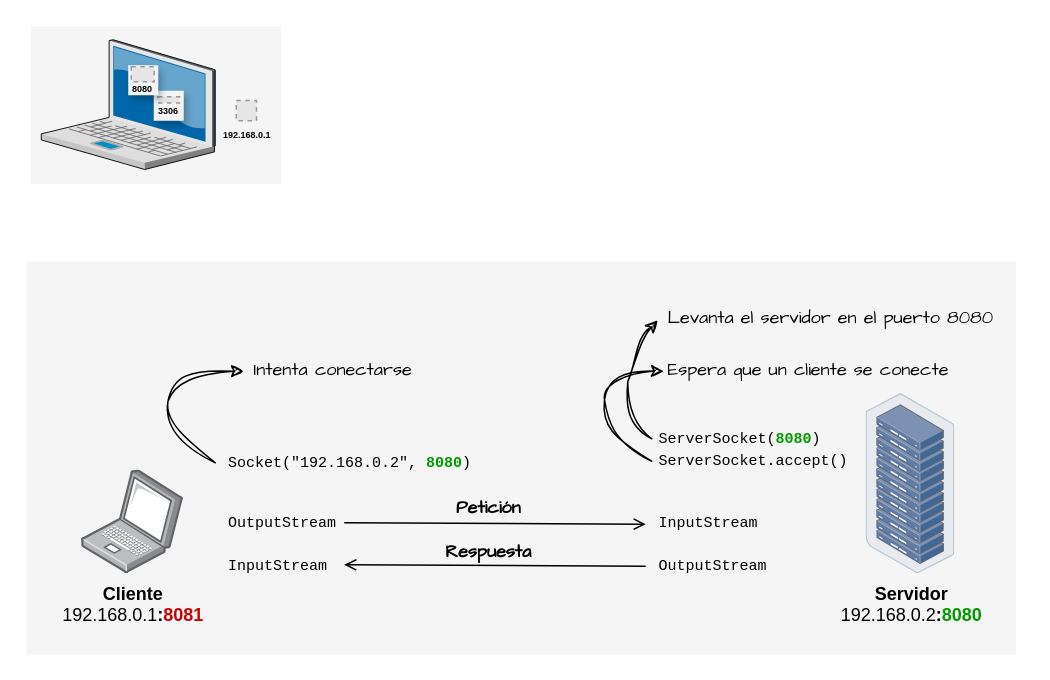
Before: page "sockets" (2 of 4) of path/resources/diagrams.drawio in miguel-armas-abt/roadmap-java, a draw.io diagram. Source tidied: cells renumbered, new cells numbered last; positions are measured from the earlier drawing's top-left corner, leaving out a move shared by most shapes. Both pictures are drawn from the tidied source at 150%, with x=0, y=0 at pixel (26, 26). Pictures stored in the file or linked from it are replaced by grey dashed boxes.
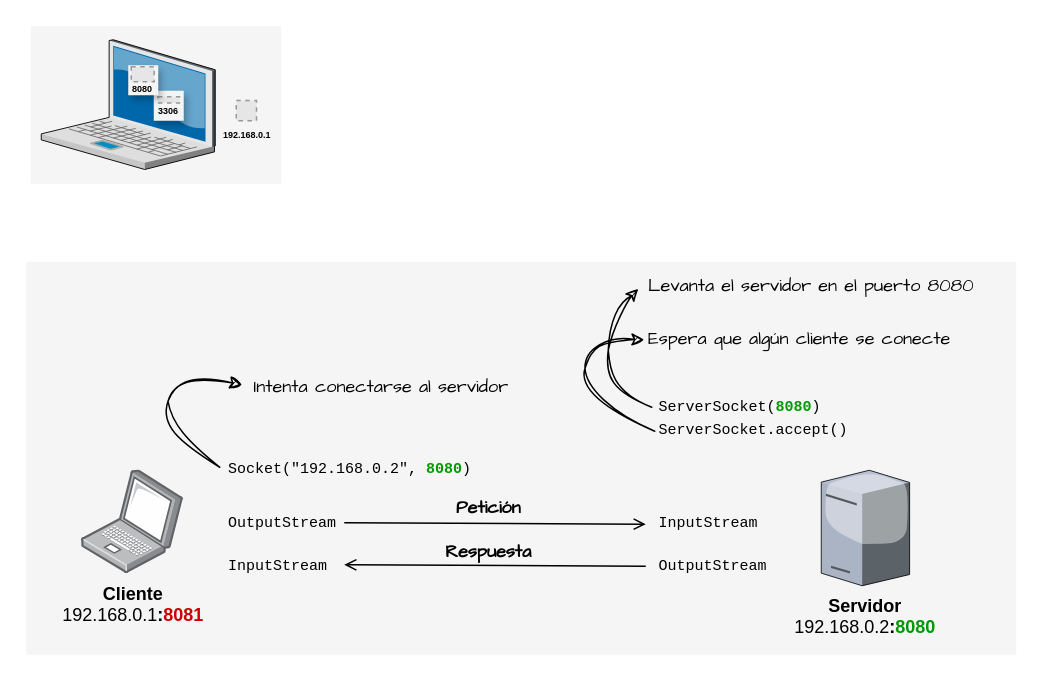
The same diagram, later.

The edit, as a diff of the source:
```diff
@@
-    <mxCell id="2" style="rounded=0;whiteSpace=wrap;html=1;strokeColor=none;fillColor=#f5f5f5;fontColor=#333333;" parent="1" vertex="1">
-      <mxGeometry y="157" width="660" height="262" as="geometry" />
-    </mxCell>
@@
+    <mxCell id="2" style="rounded=0;whiteSpace=wrap;html=1;strokeColor=none;fillColor=#f5f5f5;fontColor=#333333;" parent="1" vertex="1">
+      <mxGeometry y="157" width="660" height="262" as="geometry" />
+    </mxCell>
@@
-    <mxCell id="13" value="&lt;b&gt;Servidor&lt;/b&gt;&lt;br&gt;192.168.0.2&lt;b&gt;:&lt;font color=&quot;#009900&quot;&gt;8080&lt;/font&gt;&lt;/b&gt;" style="image;html=1;align=center;shadow=0;dashed=0;image=img/lib/allied_telesis/storage/Datacenter_Server_Rack.svg;labelBackgroundColor=none;" parent="1" vertex="1">
-      <mxGeometry x="560" y="245" width="59.2" height="120" as="geometry" />
-    </mxCell>
     <mxCell id="14" value="&lt;font style=&quot;font-size: 10px;&quot;&gt;ServerSocket(&lt;b&gt;&lt;font color=&quot;#009900&quot;&gt;8080&lt;/font&gt;&lt;/b&gt;)&lt;br&gt;ServerSocket.accept()&lt;/font&gt;" style="text;html=1;align=left;verticalAlign=middle;strokeColor=none;fillColor=none;fontFamily=Courier New;" parent="1" vertex="1">
-      <mxGeometry x="420" y="262" width="150" height="40" as="geometry" />
+      <mxGeometry x="420" y="241" width="150" height="40" as="geometry" />
     </mxCell>
@@
-    <mxCell id="16" style="curved=1;endArrow=classic;html=1;rounded=0;sketch=1;curveFitting=1;jiggle=2;" parent="1" edge="1">
-      <mxGeometry relative="1" as="geometry">
-        <mxPoint x="417" y="275" as="sourcePoint" />
-        <mxPoint x="421" y="196" as="targetPoint" />
-        <Array as="points">
-          <mxPoint x="396" y="262" />
-          <mxPoint x="406" y="212" />
-        </Array>
-      </mxGeometry>
-    </mxCell>
+    <mxCell id="28" style="curved=1;endArrow=classic;html=1;rounded=0;sketch=1;curveFitting=1;jiggle=2;" parent="1" edge="1">
+      <mxGeometry relative="1" as="geometry">
+        <mxPoint x="417" y="254" as="sourcePoint" />
+        <mxPoint x="408" y="175" as="targetPoint" />
+        <Array as="points">
+          <mxPoint x="383" y="241" />
+          <mxPoint x="393" y="191" />
+        </Array>
+      </mxGeometry>
+    </mxCell>
     <mxCell id="17" value="&lt;font face=&quot;Architects Daughter&quot;&gt;Levanta el servidor en el puerto 8080&lt;/font&gt;" style="text;html=1;align=left;verticalAlign=middle;strokeColor=none;fillColor=none;fontFamily=Comic Sans MS;" parent="1" vertex="1">
-      <mxGeometry x="426" y="180" width="240" height="30" as="geometry" />
+      <mxGeometry x="413" y="159" width="240" height="30" as="geometry" />
     </mxCell>
-    <mxCell id="18" style="curved=1;endArrow=classic;html=1;rounded=0;sketch=1;curveFitting=1;jiggle=2;strokeWidth=1;" parent="1" edge="1">
-      <mxGeometry relative="1" as="geometry">
-        <mxPoint x="417" y="290" as="sourcePoint" />
-        <mxPoint x="425" y="230" as="targetPoint" />
-        <Array as="points">
-          <mxPoint x="383" y="269" />
-          <mxPoint x="388" y="229" />
-        </Array>
-      </mxGeometry>
-    </mxCell>
-    <mxCell id="19" value="Espera que un cliente se conecte" style="text;html=1;align=left;verticalAlign=middle;strokeColor=none;fillColor=none;fontFamily=Architects Daughter;" parent="1" vertex="1">
-      <mxGeometry x="426" y="215" width="210" height="30" as="geometry" />
-    </mxCell>
+    <mxCell id="29" style="curved=1;endArrow=classic;html=1;rounded=0;sketch=1;curveFitting=1;jiggle=2;strokeWidth=1;" parent="1" edge="1">
+      <mxGeometry relative="1" as="geometry">
+        <mxPoint x="419" y="270" as="sourcePoint" />
+        <mxPoint x="412" y="209" as="targetPoint" />
+        <Array as="points">
+          <mxPoint x="370" y="248" />
+          <mxPoint x="375" y="208" />
+        </Array>
+      </mxGeometry>
+    </mxCell>
+    <mxCell id="30" value="Espera que algún cliente se conecte" style="text;html=1;align=left;verticalAlign=middle;strokeColor=none;fillColor=none;fontFamily=Architects Daughter;" parent="1" vertex="1">
+      <mxGeometry x="413" y="194" width="230" height="30" as="geometry" />
+    </mxCell>
     <mxCell id="20" value="&lt;span style=&quot;font-size: 10px;&quot;&gt;Socket(&quot;192.168.0.2&quot;, &lt;b&gt;&lt;font color=&quot;#009900&quot;&gt;8080&lt;/font&gt;&lt;/b&gt;)&lt;/span&gt;" style="text;html=1;align=left;verticalAlign=middle;strokeColor=none;fillColor=none;fontFamily=Courier New;" parent="1" vertex="1">
-      <mxGeometry x="133" y="276" width="190" height="30" as="geometry" />
+      <mxGeometry x="133" y="280" width="190" height="30" as="geometry" />
     </mxCell>
-    <mxCell id="21" style="curved=1;endArrow=classic;html=1;rounded=0;sketch=1;curveFitting=1;jiggle=2;strokeWidth=1;" parent="1" edge="1">
-      <mxGeometry relative="1" as="geometry">
-        <mxPoint x="126" y="291" as="sourcePoint" />
-        <mxPoint x="145" y="230" as="targetPoint" />
-        <Array as="points">
-          <mxPoint x="92" y="270" />
-          <mxPoint x="97" y="230" />
-        </Array>
-      </mxGeometry>
-    </mxCell>
-    <mxCell id="22" value="Intenta conectarse" style="text;html=1;align=left;verticalAlign=middle;strokeColor=none;fillColor=none;fontFamily=Architects Daughter;" parent="1" vertex="1">
-      <mxGeometry x="150" y="215" width="130" height="30" as="geometry" />
-    </mxCell>
+    <mxCell id="31" style="curved=1;endArrow=classic;html=1;rounded=0;sketch=1;curveFitting=1;jiggle=2;strokeWidth=1;" parent="1" edge="1">
+      <mxGeometry relative="1" as="geometry">
+        <mxPoint x="129" y="294" as="sourcePoint" />
+        <mxPoint x="144" y="239" as="targetPoint" />
+        <Array as="points">
+          <mxPoint x="92" y="270" />
+          <mxPoint x="97" y="230" />
+        </Array>
+      </mxGeometry>
+    </mxCell>
+    <mxCell id="32" value="Intenta conectarse al servidor" style="text;html=1;align=left;verticalAlign=middle;strokeColor=none;fillColor=none;fontFamily=Architects Daughter;" parent="1" vertex="1">
+      <mxGeometry x="150" y="226" width="190" height="30" as="geometry" />
+    </mxCell>
@@
-    <mxCell id="24" style="endArrow=open;html=1;rounded=0;flowAnimation=1;endFill=0;" parent="1" edge="1">
-      <mxGeometry relative="1" as="geometry">
-        <mxPoint x="212" y="331" as="sourcePoint" />
-        <mxPoint x="413" y="332" as="targetPoint" />
-      </mxGeometry>
-    </mxCell>
-    <mxCell id="25" style="endArrow=none;html=1;rounded=0;flowAnimation=1;endFill=0;startArrow=open;startFill=0;" parent="1" edge="1">
-      <mxGeometry relative="1" as="geometry">
-        <mxPoint x="212" y="359" as="sourcePoint" />
-        <mxPoint x="413" y="360" as="targetPoint" />
-      </mxGeometry>
-    </mxCell>
+    <mxCell id="33" style="endArrow=open;html=1;rounded=0;flowAnimation=1;endFill=0;" parent="1" edge="1">
+      <mxGeometry relative="1" as="geometry">
+        <mxPoint x="212" y="331" as="sourcePoint" />
+        <mxPoint x="413" y="332" as="targetPoint" />
+      </mxGeometry>
+    </mxCell>
+    <mxCell id="34" style="endArrow=none;html=1;rounded=0;flowAnimation=1;endFill=0;startArrow=open;startFill=0;" parent="1" edge="1">
+      <mxGeometry relative="1" as="geometry">
+        <mxPoint x="212" y="359" as="sourcePoint" />
+        <mxPoint x="413" y="360" as="targetPoint" />
+      </mxGeometry>
+    </mxCell>
@@
+    <mxCell id="13" value="&lt;b&gt;Servidor&lt;/b&gt;&lt;br&gt;192.168.0.2&lt;b&gt;:&lt;font color=&quot;#009900&quot;&gt;8080&lt;/font&gt;&lt;/b&gt;" style="verticalLabelPosition=bottom;sketch=0;html=1;verticalAlign=top;strokeColor=none;align=center;shape=mxgraph.citrix.license_server;" parent="1" vertex="1">
+      <mxGeometry x="530" y="296" width="58.9" height="77" as="geometry" />
+    </mxCell>
```
